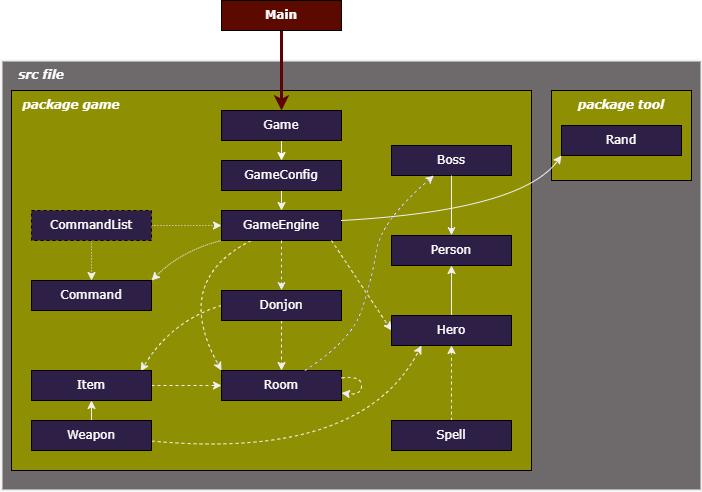
Earlier version of the draw.io export Jeux_RPG/diagram.drawio.png (Vivien-Parsis/Jeux-rpg). Source tidied: cells renumbered, new cells last; positions are measured from the earlier drawing's top-left corner, leaving out a move shared by most shapes. Its diagram source:
```xml
<mxGraphModel>
  <root>
    <mxCell id="0" />
    <mxCell id="1" parent="0" />
    <mxCell id="2" style="rounded=0.5;whiteSpace=wrap;html=1;fillColor=#6E6A6B;fontColor=#ffffff;strokeColor=#F0F0F0;strokeWidth=2;" parent="1" vertex="1">
      <mxGeometry y="60" width="700" height="430" as="geometry" />
    </mxCell>
    <mxCell id="3" style="rounded=0;whiteSpace=wrap;html=1;fillColor=#8F8F03;fontColor=#ffffff;" parent="1" vertex="1">
      <mxGeometry x="550" y="90" width="140" height="90" as="geometry" />
    </mxCell>
    <mxCell id="4" style="rounded=0;whiteSpace=wrap;html=1;fillColor=#8F8F03;fontColor=#ffffff;" parent="1" vertex="1">
      <mxGeometry x="10" y="90" width="520" height="380" as="geometry" />
    </mxCell>
    <mxCell id="5" style="edgeStyle=none;html=1;strokeColor=#5e0303;strokeWidth=3;fontColor=#FFFAFA;" parent="1" edge="1" source="6" target="42">
      <mxGeometry relative="1" as="geometry" />
    </mxCell>
    <mxCell id="6" value="Main" style="rounded=0;whiteSpace=wrap;html=1;fontFamily=Verdana;fillColor=#5C0900;fontStyle=1;fontColor=#ffffff;" parent="1" vertex="1">
      <mxGeometry x="220" width="120" height="30" as="geometry" />
    </mxCell>
    <mxCell id="7" style="edgeStyle=none;html=1;fontColor=#FFFAFA;strokeColor=#F0F0F0;" parent="1" edge="1" source="8" target="12">
      <mxGeometry relative="1" as="geometry" />
    </mxCell>
    <mxCell id="8" value="GameConfig" style="rounded=0;whiteSpace=wrap;html=1;fillStyle=auto;fillColor=#2E1F46;fontFamily=Verdana;fontColor=#ffffff;" parent="1" vertex="1">
      <mxGeometry x="220" y="160" width="120" height="30" as="geometry" />
    </mxCell>
    <mxCell id="9" style="edgeStyle=none;html=1;dashed=1;fontColor=#ffffff;" parent="1" edge="1" source="12" target="15">
      <mxGeometry relative="1" as="geometry" />
    </mxCell>
    <mxCell id="10" style="edgeStyle=none;curved=1;html=1;entryX=0;entryY=0;entryDx=0;entryDy=0;dashed=1;fontColor=#FFFAFA;strokeColor=#F0F0F0;" parent="1" edge="1" source="12" target="28">
      <mxGeometry relative="1" as="geometry">
        <Array as="points">
          <mxPoint x="170" y="280" />
        </Array>
      </mxGeometry>
    </mxCell>
    <mxCell id="11" style="edgeStyle=none;html=1;entryX=1;entryY=0;entryDx=0;entryDy=0;dashed=1;dashPattern=1 1;fontFamily=Verdana;exitX=0;exitY=1;exitDx=0;exitDy=0;curved=1;fontColor=#FFFAFA;strokeColor=#F0F0F0;" parent="1" edge="1" source="12" target="32">
      <mxGeometry relative="1" as="geometry">
        <Array as="points">
          <mxPoint x="180" y="250" />
        </Array>
      </mxGeometry>
    </mxCell>
    <mxCell id="12" value="GameEngine" style="rounded=0;whiteSpace=wrap;html=1;fillStyle=auto;fillColor=#2E1F46;fontFamily=Verdana;fontColor=#ffffff;" parent="1" vertex="1">
      <mxGeometry x="220" y="210" width="120" height="30" as="geometry" />
    </mxCell>
    <mxCell id="13" style="edgeStyle=none;html=1;dashed=1;fontColor=#ffffff;strokeColor=#F0F0F0;" parent="1" edge="1" source="15" target="28">
      <mxGeometry relative="1" as="geometry" />
    </mxCell>
    <mxCell id="14" style="edgeStyle=none;curved=1;html=1;entryX=0.91;entryY=0.027;entryDx=0;entryDy=0;dashed=1;exitX=0;exitY=0.5;exitDx=0;exitDy=0;entryPerimeter=0;fontColor=#FFFAFA;strokeColor=#F0F0F0;" parent="1" edge="1" source="15" target="23">
      <mxGeometry relative="1" as="geometry">
        <Array as="points">
          <mxPoint x="170" y="320" />
        </Array>
      </mxGeometry>
    </mxCell>
    <mxCell id="15" value="Donjon" style="rounded=0;whiteSpace=wrap;html=1;fillStyle=auto;fillColor=#2E1F46;fontFamily=Verdana;fontColor=#ffffff;" parent="1" vertex="1">
      <mxGeometry x="220" y="290" width="120" height="30" as="geometry" />
    </mxCell>
    <mxCell id="16" value="Person" style="rounded=0;whiteSpace=wrap;html=1;fillStyle=auto;fillColor=#2E1F46;fontFamily=Verdana;fontColor=#ffffff;" parent="1" vertex="1">
      <mxGeometry x="390" y="235" width="120" height="30" as="geometry" />
    </mxCell>
    <mxCell id="17" style="edgeStyle=none;html=1;fontColor=#FFFAFA;" parent="1" edge="1" source="18" target="16">
      <mxGeometry relative="1" as="geometry" />
    </mxCell>
    <mxCell id="18" value="Boss" style="rounded=0;whiteSpace=wrap;html=1;fillStyle=auto;fillColor=#2E1F46;fontFamily=Verdana;fontColor=#ffffff;" parent="1" vertex="1">
      <mxGeometry x="390" y="145" width="120" height="30" as="geometry" />
    </mxCell>
    <mxCell id="19" style="edgeStyle=none;html=1;fontColor=#FFFAFA;strokeColor=#F0F0F0;" parent="1" edge="1" source="21" target="16">
      <mxGeometry relative="1" as="geometry" />
    </mxCell>
    <mxCell id="20" style="edgeStyle=none;html=1;entryX=0;entryY=0.5;entryDx=0;entryDy=0;dashed=1;curved=1;fontColor=#FFFAFA;strokeColor=#F0F0F0;" parent="1" edge="1" target="21">
      <mxGeometry relative="1" as="geometry">
        <mxPoint x="330" y="240" as="sourcePoint" />
      </mxGeometry>
    </mxCell>
    <mxCell id="21" value="Hero" style="rounded=0;whiteSpace=wrap;html=1;fillStyle=auto;fillColor=#2E1F46;fontFamily=Verdana;fontColor=#ffffff;" parent="1" vertex="1">
      <mxGeometry x="390" y="315" width="120" height="30" as="geometry" />
    </mxCell>
    <mxCell id="22" style="edgeStyle=none;html=1;entryX=0;entryY=0.5;entryDx=0;entryDy=0;dashed=1;fontColor=#FFFAFA;strokeColor=#F0F0F0;" parent="1" edge="1" source="23" target="28">
      <mxGeometry relative="1" as="geometry" />
    </mxCell>
    <mxCell id="23" value="Item" style="rounded=0;whiteSpace=wrap;html=1;fillStyle=auto;fillColor=#2E1F46;fontFamily=Verdana;fontColor=#ffffff;" parent="1" vertex="1">
      <mxGeometry x="30" y="370" width="120" height="30" as="geometry" />
    </mxCell>
    <mxCell id="24" style="edgeStyle=none;html=1;fontColor=#FFFAFA;strokeColor=#F0F0F0;" parent="1" edge="1" source="26" target="23">
      <mxGeometry relative="1" as="geometry" />
    </mxCell>
    <mxCell id="25" style="edgeStyle=none;html=1;entryX=0.25;entryY=1;entryDx=0;entryDy=0;dashed=1;curved=1;fontColor=#FFFAFA;strokeColor=#F0F0F0;" parent="1" edge="1" source="26" target="21">
      <mxGeometry relative="1" as="geometry">
        <Array as="points">
          <mxPoint x="360" y="460" />
        </Array>
      </mxGeometry>
    </mxCell>
    <mxCell id="26" value="Weapon" style="rounded=0;whiteSpace=wrap;html=1;fillStyle=auto;fillColor=#2E1F46;fontFamily=Verdana;fontColor=#ffffff;" parent="1" vertex="1">
      <mxGeometry x="30" y="420" width="120" height="30" as="geometry" />
    </mxCell>
    <mxCell id="27" style="edgeStyle=none;html=1;dashed=1;curved=1;fontColor=#FFFAFA;" parent="1" edge="1" source="28" target="18">
      <mxGeometry relative="1" as="geometry">
        <Array as="points">
          <mxPoint x="350" y="340" />
          <mxPoint x="370" y="280" />
          <mxPoint x="380" y="220" />
        </Array>
      </mxGeometry>
    </mxCell>
    <mxCell id="28" value="Room" style="rounded=0;whiteSpace=wrap;html=1;fillStyle=auto;fillColor=#2E1F46;fontFamily=Verdana;fontColor=#ffffff;" parent="1" vertex="1">
      <mxGeometry x="220" y="370" width="120" height="30" as="geometry" />
    </mxCell>
    <mxCell id="29" style="edgeStyle=none;curved=1;html=1;dashed=1;fontColor=#FFFAFA;strokeColor=#F0F0F0;" parent="1" edge="1" source="28" target="28">
      <mxGeometry relative="1" as="geometry" />
    </mxCell>
    <mxCell id="30" style="edgeStyle=none;curved=1;html=1;dashed=1;fontColor=#FFFAFA;strokeColor=#F0F0F0;" parent="1" edge="1" source="31" target="21">
      <mxGeometry relative="1" as="geometry" />
    </mxCell>
    <mxCell id="31" value="Spell" style="rounded=0;whiteSpace=wrap;html=1;fillStyle=auto;fillColor=#2E1F46;fontFamily=Verdana;fontColor=#ffffff;" parent="1" vertex="1">
      <mxGeometry x="390" y="420" width="120" height="30" as="geometry" />
    </mxCell>
    <mxCell id="32" value="Command" style="rounded=0;whiteSpace=wrap;html=1;fillStyle=auto;fillColor=#2E1F46;fontFamily=Verdana;fontColor=#ffffff;" parent="1" vertex="1">
      <mxGeometry x="30" y="280" width="120" height="30" as="geometry" />
    </mxCell>
    <mxCell id="33" style="edgeStyle=none;curved=1;html=1;dashed=1;strokeWidth=1;strokeColor=none;dashPattern=1 4;fontColor=#ffffff;" parent="1" edge="1" source="36" target="12">
      <mxGeometry relative="1" as="geometry" />
    </mxCell>
    <mxCell id="34" style="edgeStyle=none;curved=1;html=1;dashed=1;dashPattern=1 2;strokeWidth=1;fontColor=#FFFAFA;strokeColor=#F0F0F0;" parent="1" edge="1" source="36">
      <mxGeometry relative="1" as="geometry">
        <mxPoint x="220" y="225" as="targetPoint" />
      </mxGeometry>
    </mxCell>
    <mxCell id="35" style="edgeStyle=none;curved=1;html=1;dashed=1;dashPattern=1 2;strokeWidth=1;fontColor=#FFFAFA;strokeColor=#F0F0F0;" parent="1" edge="1" source="36" target="32">
      <mxGeometry relative="1" as="geometry" />
    </mxCell>
    <mxCell id="36" value="CommandList" style="rounded=0;whiteSpace=wrap;html=1;dashed=1;fillStyle=auto;fillColor=#2E1F46;fontFamily=Verdana;fontColor=#ffffff;" parent="1" vertex="1">
      <mxGeometry x="30" y="210" width="120" height="30" as="geometry" />
    </mxCell>
    <mxCell id="37" value="&lt;font face=&quot;Verdana&quot;&gt;package game&lt;/font&gt;" style="text;html=1;align=center;verticalAlign=middle;whiteSpace=wrap;rounded=0;fontColor=#ffffff;fontStyle=3;strokeColor=none;" parent="1" vertex="1">
      <mxGeometry x="20" y="90" width="100" height="30" as="geometry" />
    </mxCell>
    <mxCell id="38" style="edgeStyle=none;html=1;fontColor=#FFFAFA;strokeColor=#F0F0F0;" parent="1" edge="1">
      <mxGeometry relative="1" as="geometry">
        <mxPoint x="450" y="175" as="sourcePoint" />
        <mxPoint x="450" y="235" as="targetPoint" />
      </mxGeometry>
    </mxCell>
    <mxCell id="39" style="edgeStyle=none;html=1;dashed=1;curved=1;fontColor=#FFFAFA;strokeColor=#F0F0F0;" parent="1" edge="1">
      <mxGeometry relative="1" as="geometry">
        <mxPoint x="303.3" y="370" as="sourcePoint" />
        <mxPoint x="432.5" y="175" as="targetPoint" />
        <Array as="points">
          <mxPoint x="350" y="340" />
          <mxPoint x="370" y="280" />
          <mxPoint x="380" y="220" />
        </Array>
      </mxGeometry>
    </mxCell>
    <mxCell id="40" style="edgeStyle=none;html=1;dashed=1;fontColor=#ffffff;strokeColor=#F0F0F0;" parent="1" edge="1">
      <mxGeometry relative="1" as="geometry">
        <mxPoint x="280" y="240" as="sourcePoint" />
        <mxPoint x="280" y="290" as="targetPoint" />
      </mxGeometry>
    </mxCell>
    <mxCell id="41" style="edgeStyle=none;html=1;entryX=0.5;entryY=0;entryDx=0;entryDy=0;strokeColor=#ffffff;strokeWidth=1;fontColor=#FFFAFA;" parent="1" edge="1" source="42" target="8">
      <mxGeometry relative="1" as="geometry" />
    </mxCell>
    <mxCell id="42" value="Game" style="rounded=0;whiteSpace=wrap;html=1;fillStyle=auto;fillColor=#2E1F46;fontFamily=Verdana;fontColor=#ffffff;" parent="1" vertex="1">
      <mxGeometry x="220" y="110" width="120" height="30" as="geometry" />
    </mxCell>
    <mxCell id="43" style="edgeStyle=none;html=1;entryX=0;entryY=1;entryDx=0;entryDy=0;strokeColor=#F0F0F0;curved=1;" parent="1" edge="1" target="44">
      <mxGeometry relative="1" as="geometry">
        <mxPoint x="340" y="220" as="sourcePoint" />
        <Array as="points">
          <mxPoint x="520" y="210" />
        </Array>
      </mxGeometry>
    </mxCell>
    <mxCell id="44" value="Rand" style="rounded=0;whiteSpace=wrap;html=1;fillStyle=auto;fillColor=#2E1F46;fontFamily=Verdana;fontColor=#ffffff;" parent="1" vertex="1">
      <mxGeometry x="560" y="125" width="120" height="30" as="geometry" />
    </mxCell>
    <mxCell id="45" value="&lt;font face=&quot;Verdana&quot;&gt;package tool&lt;/font&gt;" style="text;html=1;align=center;verticalAlign=middle;whiteSpace=wrap;rounded=0;fontColor=#ffffff;fontStyle=3;strokeColor=none;" parent="1" vertex="1">
      <mxGeometry x="570" y="90" width="100" height="30" as="geometry" />
    </mxCell>
    <mxCell id="46" value="&lt;font face=&quot;Verdana&quot;&gt;src file&lt;/font&gt;" style="text;html=1;align=center;verticalAlign=middle;whiteSpace=wrap;rounded=0;fontColor=#ffffff;fontStyle=3;strokeColor=none;" parent="1" vertex="1">
      <mxGeometry x="10" y="60" width="60" height="30" as="geometry" />
    </mxCell>
  </root>
</mxGraphModel>
```
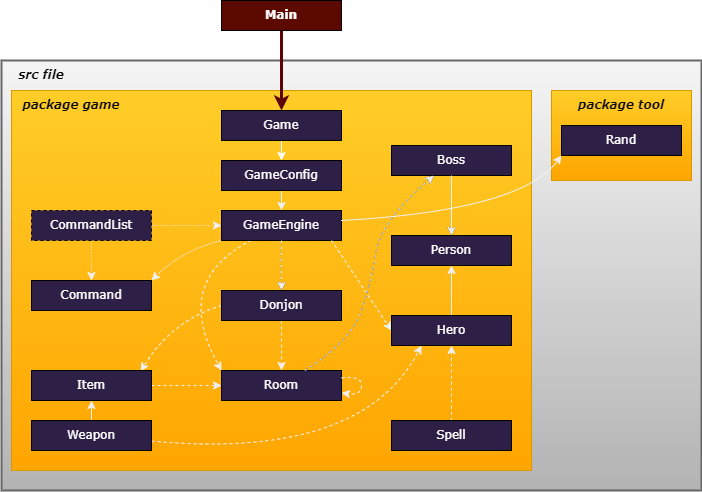
Later version of the same file.

Diff of the diagram source:
```diff
@@ -2,13 +2,13 @@
   <root>
     <mxCell id="0" />
     <mxCell id="1" parent="0" />
-    <mxCell id="2" style="rounded=0.5;whiteSpace=wrap;html=1;fillColor=#6E6A6B;fontColor=#ffffff;strokeColor=#F0F0F0;strokeWidth=2;" parent="1" vertex="1">
+    <mxCell id="2" style="rounded=0.5;whiteSpace=wrap;html=1;strokeWidth=2;fillColor=#f5f5f5;strokeColor=#666666;gradientColor=#b3b3b3;" parent="1" vertex="1">
       <mxGeometry y="60" width="700" height="430" as="geometry" />
     </mxCell>
-    <mxCell id="3" style="rounded=0;whiteSpace=wrap;html=1;fillColor=#8F8F03;fontColor=#ffffff;" parent="1" vertex="1">
+    <mxCell id="3" style="rounded=0;whiteSpace=wrap;html=1;fillColor=#ffcd28;gradientColor=#ffa500;strokeColor=#d79b00;" parent="1" vertex="1">
       <mxGeometry x="550" y="90" width="140" height="90" as="geometry" />
     </mxCell>
-    <mxCell id="4" style="rounded=0;whiteSpace=wrap;html=1;fillColor=#8F8F03;fontColor=#ffffff;" parent="1" vertex="1">
+    <mxCell id="4" style="rounded=0;whiteSpace=wrap;html=1;fillColor=#ffcd28;gradientColor=#ffa500;strokeColor=#d79b00;" parent="1" vertex="1">
       <mxGeometry x="10" y="90" width="520" height="380" as="geometry" />
     </mxCell>
     <mxCell id="5" style="edgeStyle=none;html=1;strokeColor=#5e0303;strokeWidth=3;fontColor=#FFFAFA;" parent="1" edge="1" source="6" target="42">
@@ -133,7 +133,7 @@
     <mxCell id="36" value="CommandList" style="rounded=0;whiteSpace=wrap;html=1;dashed=1;fillStyle=auto;fillColor=#2E1F46;fontFamily=Verdana;fontColor=#ffffff;" parent="1" vertex="1">
       <mxGeometry x="30" y="210" width="120" height="30" as="geometry" />
     </mxCell>
-    <mxCell id="37" value="&lt;font face=&quot;Verdana&quot;&gt;package game&lt;/font&gt;" style="text;html=1;align=center;verticalAlign=middle;whiteSpace=wrap;rounded=0;fontColor=#ffffff;fontStyle=3;strokeColor=none;" parent="1" vertex="1">
+    <mxCell id="37" value="&lt;font face=&quot;Verdana&quot;&gt;package game&lt;/font&gt;" style="text;html=1;align=center;verticalAlign=middle;whiteSpace=wrap;rounded=0;fontStyle=3;fontColor=#030303;" parent="1" vertex="1">
       <mxGeometry x="20" y="90" width="100" height="30" as="geometry" />
     </mxCell>
     <mxCell id="38" style="edgeStyle=none;html=1;fontColor=#FFFAFA;strokeColor=#F0F0F0;" parent="1" edge="1">
@@ -176,10 +176,10 @@
     <mxCell id="44" value="Rand" style="rounded=0;whiteSpace=wrap;html=1;fillStyle=auto;fillColor=#2E1F46;fontFamily=Verdana;fontColor=#ffffff;" parent="1" vertex="1">
       <mxGeometry x="560" y="125" width="120" height="30" as="geometry" />
     </mxCell>
-    <mxCell id="45" value="&lt;font face=&quot;Verdana&quot;&gt;package tool&lt;/font&gt;" style="text;html=1;align=center;verticalAlign=middle;whiteSpace=wrap;rounded=0;fontColor=#ffffff;fontStyle=3;strokeColor=none;" parent="1" vertex="1">
+    <mxCell id="45" value="&lt;font face=&quot;Verdana&quot;&gt;package tool&lt;/font&gt;" style="text;html=1;align=center;verticalAlign=middle;whiteSpace=wrap;rounded=0;fontColor=#0A0A0A;fontStyle=3;strokeColor=none;" parent="1" vertex="1">
       <mxGeometry x="570" y="90" width="100" height="30" as="geometry" />
     </mxCell>
-    <mxCell id="46" value="&lt;font face=&quot;Verdana&quot;&gt;src file&lt;/font&gt;" style="text;html=1;align=center;verticalAlign=middle;whiteSpace=wrap;rounded=0;fontColor=#ffffff;fontStyle=3;strokeColor=none;" parent="1" vertex="1">
+    <mxCell id="46" value="&lt;font face=&quot;Verdana&quot;&gt;src file&lt;/font&gt;" style="text;html=1;align=center;verticalAlign=middle;whiteSpace=wrap;rounded=0;fontColor=#000000;fontStyle=3;strokeColor=none;labelBackgroundColor=none;labelBorderColor=none;" parent="1" vertex="1">
       <mxGeometry x="10" y="60" width="60" height="30" as="geometry" />
     </mxCell>
   </root>
```
